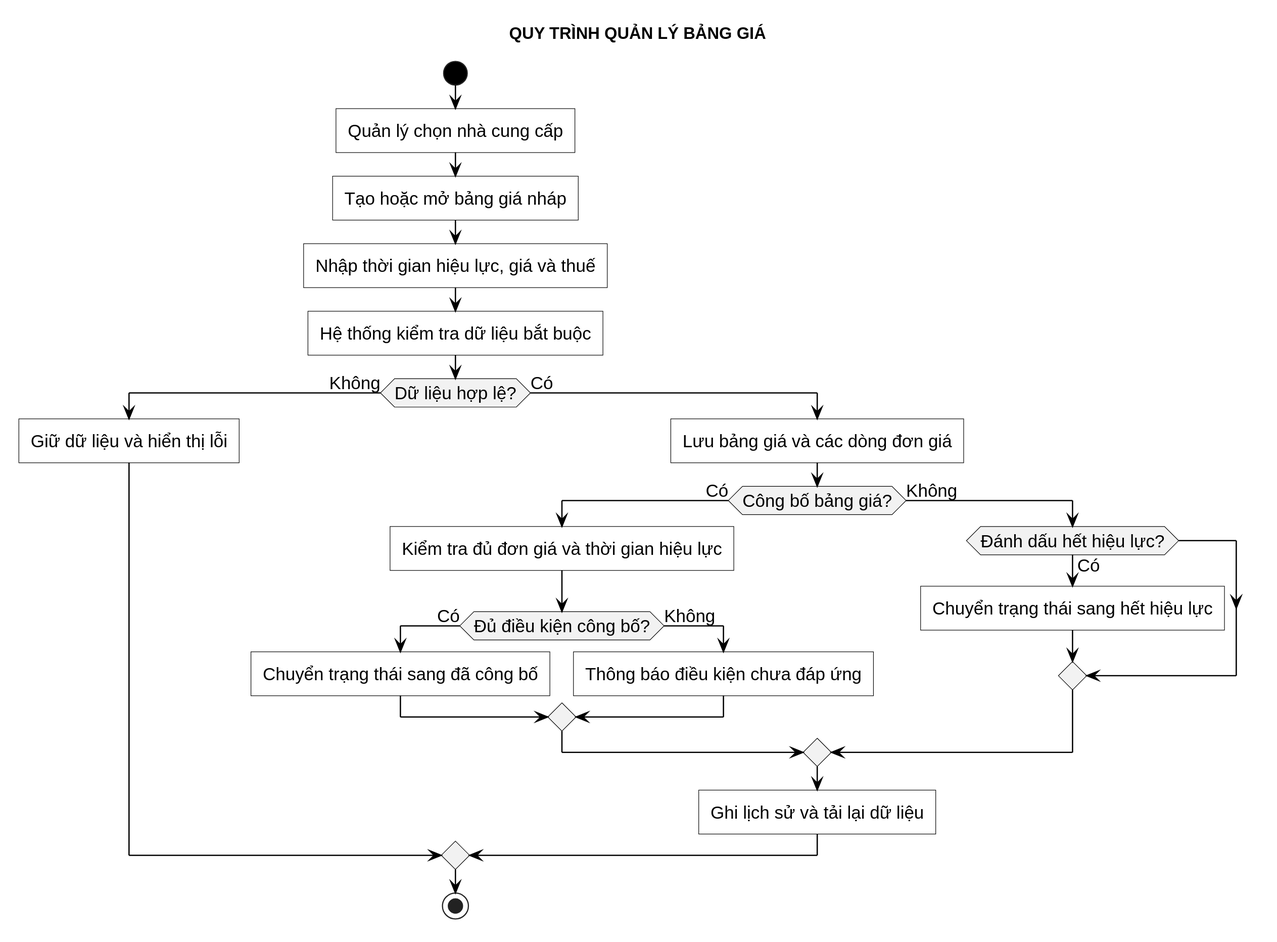
Miikey24s/gtas_vpp keeps this PlantUML diagram as LVTN/diagrams/ch03/activity-manage-pricing.svg. Above is the earlier version.
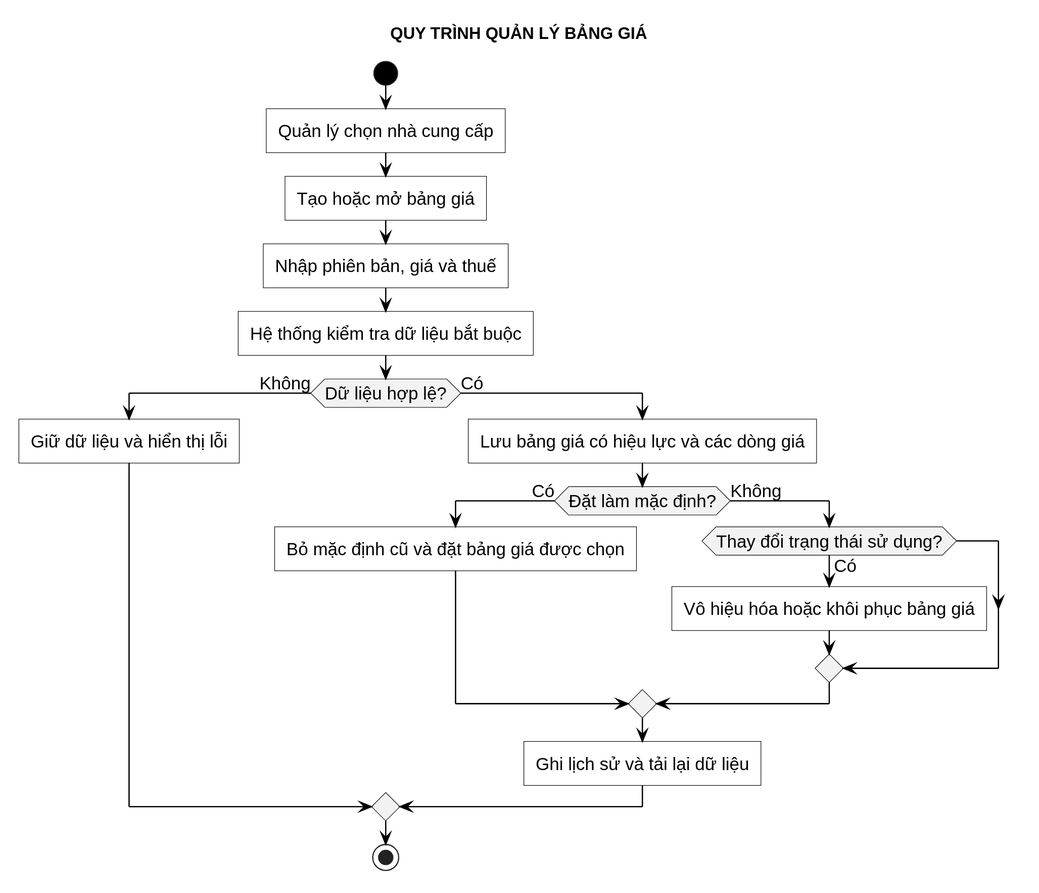
Later version of the same file.

Change to the diagram source:
```diff
@@ -4,23 +4,18 @@
 
 start
 :Quản lý chọn nhà cung cấp;
-:Tạo hoặc mở bảng giá nháp;
-:Nhập thời gian hiệu lực, giá và thuế;
+:Tạo hoặc mở bảng giá;
+:Nhập phiên bản, giá và thuế;
 :Hệ thống kiểm tra dữ liệu bắt buộc;
 if (Dữ liệu hợp lệ?) then (Không)
   :Giữ dữ liệu và hiển thị lỗi;
 else (Có)
-  :Lưu bảng giá và các dòng đơn giá;
-  if (Công bố bảng giá?) then (Có)
-    :Kiểm tra đủ đơn giá và thời gian hiệu lực;
-    if (Đủ điều kiện công bố?) then (Có)
-      :Chuyển trạng thái sang đã công bố;
-    else (Không)
-      :Thông báo điều kiện chưa đáp ứng;
-    endif
+  :Lưu bảng giá có hiệu lực và các dòng giá;
+  if (Đặt làm mặc định?) then (Có)
+    :Bỏ mặc định cũ và đặt bảng giá được chọn;
   else (Không)
-    if (Đánh dấu hết hiệu lực?) then (Có)
-      :Chuyển trạng thái sang hết hiệu lực;
+    if (Thay đổi trạng thái sử dụng?) then (Có)
+      :Vô hiệu hóa hoặc khôi phục bảng giá;
     endif
   endif
   :Ghi lịch sử và tải lại dữ liệu;
```
